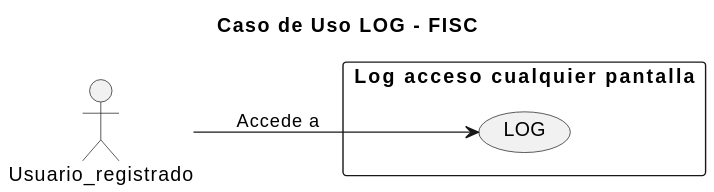
Above: imagenes/casosDeUso/CasoUsoLog.svg in mmasias/23-24-IdSw1-SDR (PlantUML), before the change. Its diagram source:
```plantuml
@startuml
title Caso de Uso LOG - FISC

left to right direction

actor Usuario_registrado as user


rectangle "Log acceso cualquier pantalla" {
    usecase "LOG" as log

}

user --> log: "Accede a"
@enduml
```
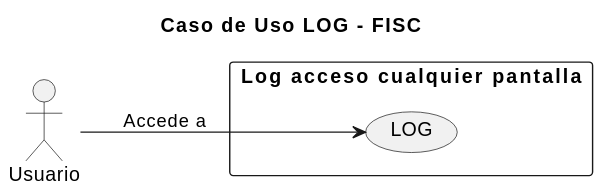
The same file after the commit.

Commit message:
caso de uso log actualizado

Diff of the diagram source:
```diff
@@ -3,7 +3,7 @@
 
 left to right direction
 
-actor Usuario_registrado as user
+actor Usuario as user
 
 
 rectangle "Log acceso cualquier pantalla" {
```
